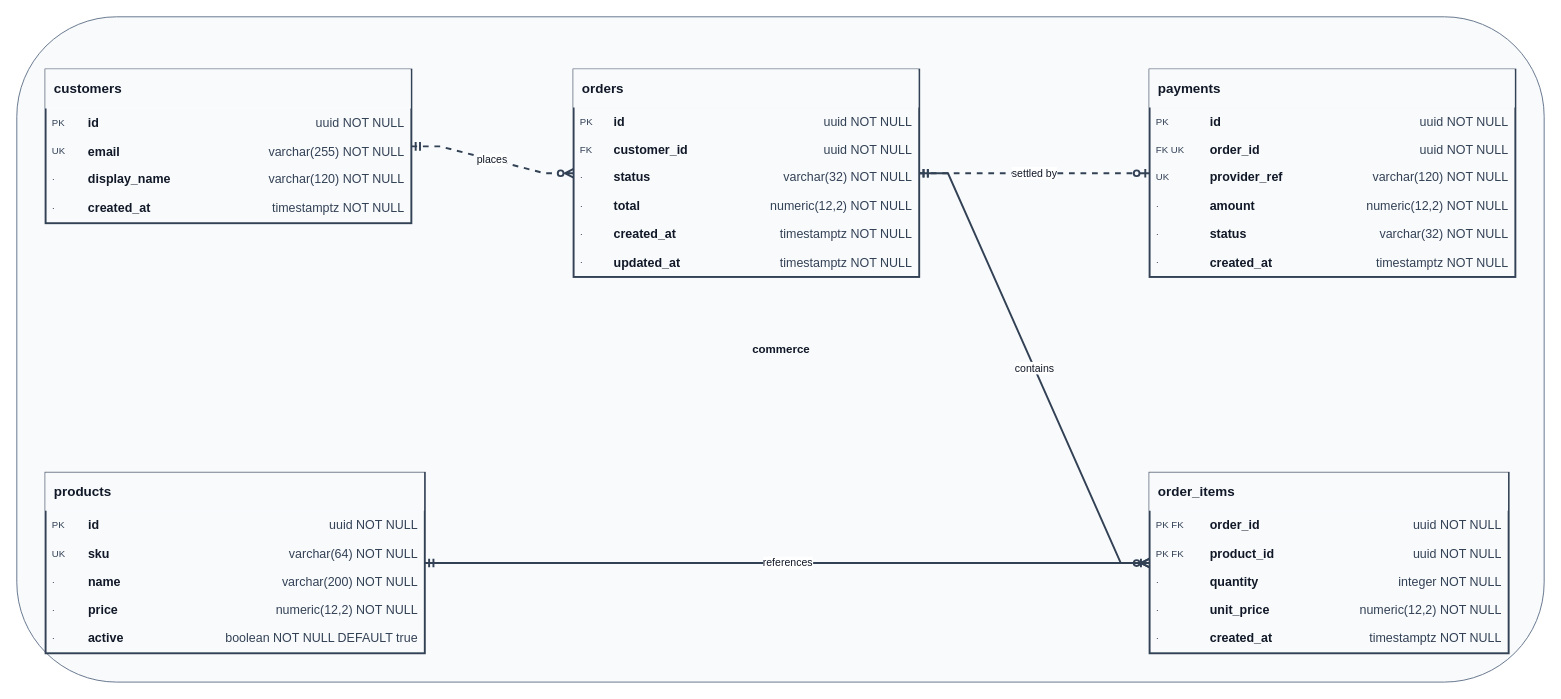
The draw.io diagram docs/erd/commerce-erd.drawio in uulab-official/drawio-skills, before the edit. Source tidied: cells renumbered, new cells numbered last; positions are measured from the earlier drawing's top-left corner, leaving out a move shared by most shapes. Both pictures are drawn from the tidied source at 96%, with x=0, y=0 at pixel (16, 16).
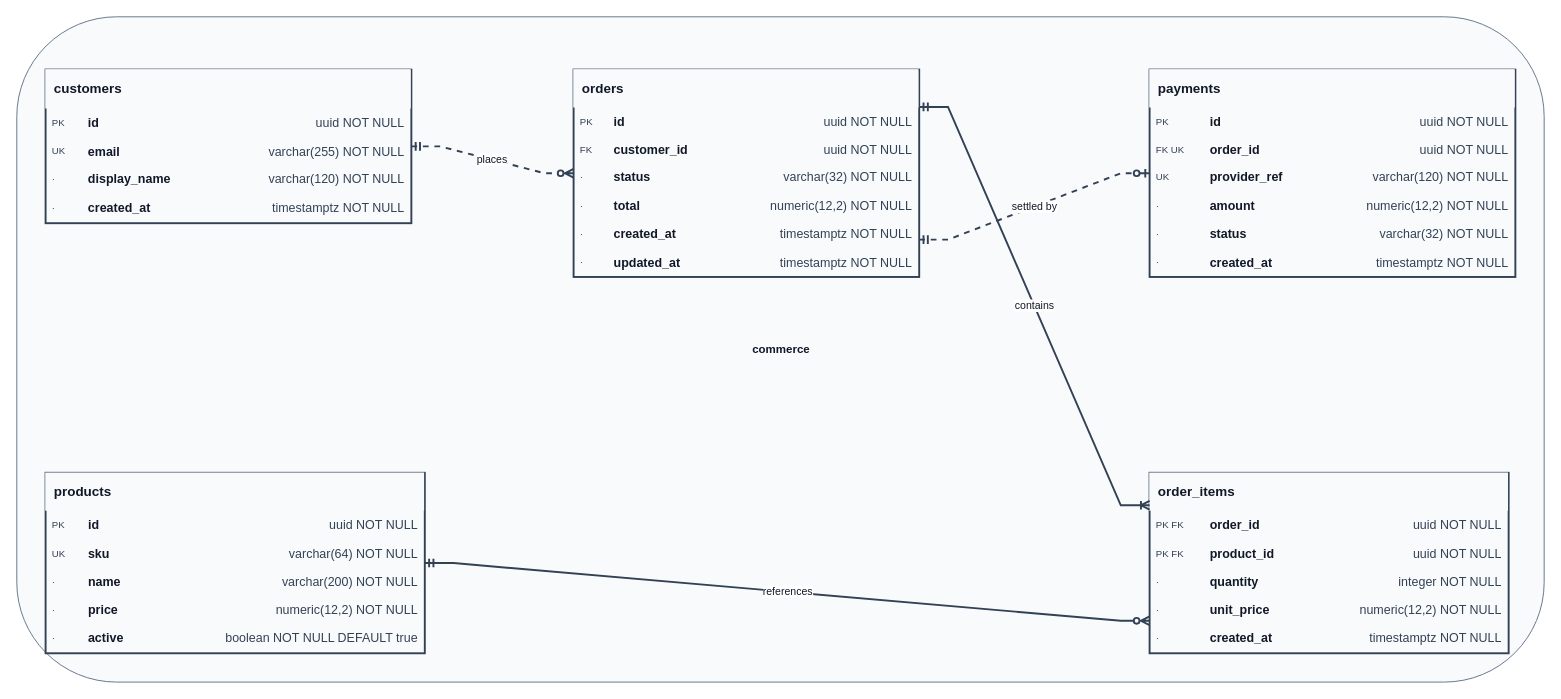
Above is the later version.

Diff of the diagram source:
```diff
@@
 <mxGraphModel background="#ffffff">
   <root>
     <mxCell id="0" />
     <mxCell id="1" parent="0" />
     <mxCell id="2" value="commerce" style="swimlane=1;horizontal=1;startSize=30;rounded=1;fillColor=#f8fafc;swimlaneFillColor=#f8fafc;strokeColor=#64748b;fontColor=#111827;fontStyle=1;html=1;" parent="1" vertex="1">
       <mxGeometry width="1591" height="693" as="geometry" />
     </mxCell>
     <mxCell id="3" value="&lt;table style=&quot;width:100%;height:100%;border-collapse:collapse;&quot;&gt;&lt;tr&gt;&lt;td colspan=&quot;3&quot; style=&quot;padding:9px;background:#f8fafc;font-weight:bold;font-size:14px;&quot;&gt;customers&lt;/td&gt;&lt;/tr&gt;&lt;tr&gt;&lt;td style=&quot;padding:5px 7px;color:#334155;font-size:10px;&quot;&gt;PK&lt;/td&gt;&lt;td style=&quot;padding:5px 7px;&quot;&gt;&lt;b&gt;id&lt;/b&gt;&lt;/td&gt;&lt;td style=&quot;padding:5px 7px;text-align:right;color:#334155;&quot;&gt;uuid NOT NULL&lt;/td&gt;&lt;/tr&gt;&lt;tr&gt;&lt;td style=&quot;padding:5px 7px;color:#334155;font-size:10px;&quot;&gt;UK&lt;/td&gt;&lt;td style=&quot;padding:5px 7px;&quot;&gt;&lt;b&gt;email&lt;/b&gt;&lt;/td&gt;&lt;td style=&quot;padding:5px 7px;text-align:right;color:#334155;&quot;&gt;varchar(255) NOT NULL&lt;/td&gt;&lt;/tr&gt;&lt;tr&gt;&lt;td style=&quot;padding:5px 7px;color:#334155;font-size:10px;&quot;&gt;·&lt;/td&gt;&lt;td style=&quot;padding:5px 7px;&quot;&gt;&lt;b&gt;display_name&lt;/b&gt;&lt;/td&gt;&lt;td style=&quot;padding:5px 7px;text-align:right;color:#334155;&quot;&gt;varchar(120) NOT NULL&lt;/td&gt;&lt;/tr&gt;&lt;tr&gt;&lt;td style=&quot;padding:5px 7px;color:#334155;font-size:10px;&quot;&gt;·&lt;/td&gt;&lt;td style=&quot;padding:5px 7px;&quot;&gt;&lt;b&gt;created_at&lt;/b&gt;&lt;/td&gt;&lt;td style=&quot;padding:5px 7px;text-align:right;color:#334155;&quot;&gt;timestamptz NOT NULL&lt;/td&gt;&lt;/tr&gt;&lt;/table&gt;" style="whiteSpace=wrap;html=1;rounded=0;arcSize=12;fillColor=#f8fafc;strokeColor=#334155;strokeWidth=2;fontColor=#111827;fontSize=13;align=left;verticalAlign=top;spacing=0;shape=rectangle;overflow=fill;" parent="1" vertex="1">
       <mxGeometry x="30" y="55" width="381" height="160" as="geometry" />
     </mxCell>
     <mxCell id="4" value="&lt;table style=&quot;width:100%;height:100%;border-collapse:collapse;&quot;&gt;&lt;tr&gt;&lt;td colspan=&quot;3&quot; style=&quot;padding:9px;background:#f8fafc;font-weight:bold;font-size:14px;&quot;&gt;products&lt;/td&gt;&lt;/tr&gt;&lt;tr&gt;&lt;td style=&quot;padding:5px 7px;color:#334155;font-size:10px;&quot;&gt;PK&lt;/td&gt;&lt;td style=&quot;padding:5px 7px;&quot;&gt;&lt;b&gt;id&lt;/b&gt;&lt;/td&gt;&lt;td style=&quot;padding:5px 7px;text-align:right;color:#334155;&quot;&gt;uuid NOT NULL&lt;/td&gt;&lt;/tr&gt;&lt;tr&gt;&lt;td style=&quot;padding:5px 7px;color:#334155;font-size:10px;&quot;&gt;UK&lt;/td&gt;&lt;td style=&quot;padding:5px 7px;&quot;&gt;&lt;b&gt;sku&lt;/b&gt;&lt;/td&gt;&lt;td style=&quot;padding:5px 7px;text-align:right;color:#334155;&quot;&gt;varchar(64) NOT NULL&lt;/td&gt;&lt;/tr&gt;&lt;tr&gt;&lt;td style=&quot;padding:5px 7px;color:#334155;font-size:10px;&quot;&gt;·&lt;/td&gt;&lt;td style=&quot;padding:5px 7px;&quot;&gt;&lt;b&gt;name&lt;/b&gt;&lt;/td&gt;&lt;td style=&quot;padding:5px 7px;text-align:right;color:#334155;&quot;&gt;varchar(200) NOT NULL&lt;/td&gt;&lt;/tr&gt;&lt;tr&gt;&lt;td style=&quot;padding:5px 7px;color:#334155;font-size:10px;&quot;&gt;·&lt;/td&gt;&lt;td style=&quot;padding:5px 7px;&quot;&gt;&lt;b&gt;price&lt;/b&gt;&lt;/td&gt;&lt;td style=&quot;padding:5px 7px;text-align:right;color:#334155;&quot;&gt;numeric(12,2) NOT NULL&lt;/td&gt;&lt;/tr&gt;&lt;tr&gt;&lt;td style=&quot;padding:5px 7px;color:#334155;font-size:10px;&quot;&gt;·&lt;/td&gt;&lt;td style=&quot;padding:5px 7px;&quot;&gt;&lt;b&gt;active&lt;/b&gt;&lt;/td&gt;&lt;td style=&quot;padding:5px 7px;text-align:right;color:#334155;&quot;&gt;boolean NOT NULL DEFAULT true&lt;/td&gt;&lt;/tr&gt;&lt;/table&gt;" style="whiteSpace=wrap;html=1;rounded=0;arcSize=12;fillColor=#f8fafc;strokeColor=#334155;strokeWidth=2;fontColor=#111827;fontSize=13;align=left;verticalAlign=top;spacing=0;shape=rectangle;overflow=fill;" parent="1" vertex="1">
       <mxGeometry x="30" y="475" width="395" height="188" as="geometry" />
     </mxCell>
     <mxCell id="5" value="&lt;table style=&quot;width:100%;height:100%;border-collapse:collapse;&quot;&gt;&lt;tr&gt;&lt;td colspan=&quot;3&quot; style=&quot;padding:9px;background:#f8fafc;font-weight:bold;font-size:14px;&quot;&gt;orders&lt;/td&gt;&lt;/tr&gt;&lt;tr&gt;&lt;td style=&quot;padding:5px 7px;color:#334155;font-size:10px;&quot;&gt;PK&lt;/td&gt;&lt;td style=&quot;padding:5px 7px;&quot;&gt;&lt;b&gt;id&lt;/b&gt;&lt;/td&gt;&lt;td style=&quot;padding:5px 7px;text-align:right;color:#334155;&quot;&gt;uuid NOT NULL&lt;/td&gt;&lt;/tr&gt;&lt;tr&gt;&lt;td style=&quot;padding:5px 7px;color:#334155;font-size:10px;&quot;&gt;FK&lt;/td&gt;&lt;td style=&quot;padding:5px 7px;&quot;&gt;&lt;b&gt;customer_id&lt;/b&gt;&lt;/td&gt;&lt;td style=&quot;padding:5px 7px;text-align:right;color:#334155;&quot;&gt;uuid NOT NULL&lt;/td&gt;&lt;/tr&gt;&lt;tr&gt;&lt;td style=&quot;padding:5px 7px;color:#334155;font-size:10px;&quot;&gt;·&lt;/td&gt;&lt;td style=&quot;padding:5px 7px;&quot;&gt;&lt;b&gt;status&lt;/b&gt;&lt;/td&gt;&lt;td style=&quot;padding:5px 7px;text-align:right;color:#334155;&quot;&gt;varchar(32) NOT NULL&lt;/td&gt;&lt;/tr&gt;&lt;tr&gt;&lt;td style=&quot;padding:5px 7px;color:#334155;font-size:10px;&quot;&gt;·&lt;/td&gt;&lt;td style=&quot;padding:5px 7px;&quot;&gt;&lt;b&gt;total&lt;/b&gt;&lt;/td&gt;&lt;td style=&quot;padding:5px 7px;text-align:right;color:#334155;&quot;&gt;numeric(12,2) NOT NULL&lt;/td&gt;&lt;/tr&gt;&lt;tr&gt;&lt;td style=&quot;padding:5px 7px;color:#334155;font-size:10px;&quot;&gt;·&lt;/td&gt;&lt;td style=&quot;padding:5px 7px;&quot;&gt;&lt;b&gt;created_at&lt;/b&gt;&lt;/td&gt;&lt;td style=&quot;padding:5px 7px;text-align:right;color:#334155;&quot;&gt;timestamptz NOT NULL&lt;/td&gt;&lt;/tr&gt;&lt;tr&gt;&lt;td style=&quot;padding:5px 7px;color:#334155;font-size:10px;&quot;&gt;·&lt;/td&gt;&lt;td style=&quot;padding:5px 7px;&quot;&gt;&lt;b&gt;updated_at&lt;/b&gt;&lt;/td&gt;&lt;td style=&quot;padding:5px 7px;text-align:right;color:#334155;&quot;&gt;timestamptz NOT NULL&lt;/td&gt;&lt;/tr&gt;&lt;/table&gt;" style="whiteSpace=wrap;html=1;rounded=0;arcSize=12;fillColor=#f8fafc;strokeColor=#334155;strokeWidth=2;fontColor=#111827;fontSize=13;align=left;verticalAlign=top;spacing=0;shape=rectangle;overflow=fill;" parent="1" vertex="1">
       <mxGeometry x="580" y="55" width="360" height="216" as="geometry" />
     </mxCell>
     <mxCell id="6" value="&lt;table style=&quot;width:100%;height:100%;border-collapse:collapse;&quot;&gt;&lt;tr&gt;&lt;td colspan=&quot;3&quot; style=&quot;padding:9px;background:#f8fafc;font-weight:bold;font-size:14px;&quot;&gt;order_items&lt;/td&gt;&lt;/tr&gt;&lt;tr&gt;&lt;td style=&quot;padding:5px 7px;color:#334155;font-size:10px;&quot;&gt;PK FK&lt;/td&gt;&lt;td style=&quot;padding:5px 7px;&quot;&gt;&lt;b&gt;order_id&lt;/b&gt;&lt;/td&gt;&lt;td style=&quot;padding:5px 7px;text-align:right;color:#334155;&quot;&gt;uuid NOT NULL&lt;/td&gt;&lt;/tr&gt;&lt;tr&gt;&lt;td style=&quot;padding:5px 7px;color:#334155;font-size:10px;&quot;&gt;PK FK&lt;/td&gt;&lt;td style=&quot;padding:5px 7px;&quot;&gt;&lt;b&gt;product_id&lt;/b&gt;&lt;/td&gt;&lt;td style=&quot;padding:5px 7px;text-align:right;color:#334155;&quot;&gt;uuid NOT NULL&lt;/td&gt;&lt;/tr&gt;&lt;tr&gt;&lt;td style=&quot;padding:5px 7px;color:#334155;font-size:10px;&quot;&gt;·&lt;/td&gt;&lt;td style=&quot;padding:5px 7px;&quot;&gt;&lt;b&gt;quantity&lt;/b&gt;&lt;/td&gt;&lt;td style=&quot;padding:5px 7px;text-align:right;color:#334155;&quot;&gt;integer NOT NULL&lt;/td&gt;&lt;/tr&gt;&lt;tr&gt;&lt;td style=&quot;padding:5px 7px;color:#334155;font-size:10px;&quot;&gt;·&lt;/td&gt;&lt;td style=&quot;padding:5px 7px;&quot;&gt;&lt;b&gt;unit_price&lt;/b&gt;&lt;/td&gt;&lt;td style=&quot;padding:5px 7px;text-align:right;color:#334155;&quot;&gt;numeric(12,2) NOT NULL&lt;/td&gt;&lt;/tr&gt;&lt;tr&gt;&lt;td style=&quot;padding:5px 7px;color:#334155;font-size:10px;&quot;&gt;·&lt;/td&gt;&lt;td style=&quot;padding:5px 7px;&quot;&gt;&lt;b&gt;created_at&lt;/b&gt;&lt;/td&gt;&lt;td style=&quot;padding:5px 7px;text-align:right;color:#334155;&quot;&gt;timestamptz NOT NULL&lt;/td&gt;&lt;/tr&gt;&lt;/table&gt;" style="whiteSpace=wrap;html=1;rounded=0;arcSize=12;fillColor=#f8fafc;strokeColor=#334155;strokeWidth=2;fontColor=#111827;fontSize=13;align=left;verticalAlign=top;spacing=0;shape=rectangle;overflow=fill;" parent="1" vertex="1">
       <mxGeometry x="1180" y="475" width="374" height="188" as="geometry" />
     </mxCell>
     <mxCell id="7" value="&lt;table style=&quot;width:100%;height:100%;border-collapse:collapse;&quot;&gt;&lt;tr&gt;&lt;td colspan=&quot;3&quot; style=&quot;padding:9px;background:#f8fafc;font-weight:bold;font-size:14px;&quot;&gt;payments&lt;/td&gt;&lt;/tr&gt;&lt;tr&gt;&lt;td style=&quot;padding:5px 7px;color:#334155;font-size:10px;&quot;&gt;PK&lt;/td&gt;&lt;td style=&quot;padding:5px 7px;&quot;&gt;&lt;b&gt;id&lt;/b&gt;&lt;/td&gt;&lt;td style=&quot;padding:5px 7px;text-align:right;color:#334155;&quot;&gt;uuid NOT NULL&lt;/td&gt;&lt;/tr&gt;&lt;tr&gt;&lt;td style=&quot;padding:5px 7px;color:#334155;font-size:10px;&quot;&gt;FK UK&lt;/td&gt;&lt;td style=&quot;padding:5px 7px;&quot;&gt;&lt;b&gt;order_id&lt;/b&gt;&lt;/td&gt;&lt;td style=&quot;padding:5px 7px;text-align:right;color:#334155;&quot;&gt;uuid NOT NULL&lt;/td&gt;&lt;/tr&gt;&lt;tr&gt;&lt;td style=&quot;padding:5px 7px;color:#334155;font-size:10px;&quot;&gt;UK&lt;/td&gt;&lt;td style=&quot;padding:5px 7px;&quot;&gt;&lt;b&gt;provider_ref&lt;/b&gt;&lt;/td&gt;&lt;td style=&quot;padding:5px 7px;text-align:right;color:#334155;&quot;&gt;varchar(120) NOT NULL&lt;/td&gt;&lt;/tr&gt;&lt;tr&gt;&lt;td style=&quot;padding:5px 7px;color:#334155;font-size:10px;&quot;&gt;·&lt;/td&gt;&lt;td style=&quot;padding:5px 7px;&quot;&gt;&lt;b&gt;amount&lt;/b&gt;&lt;/td&gt;&lt;td style=&quot;padding:5px 7px;text-align:right;color:#334155;&quot;&gt;numeric(12,2) NOT NULL&lt;/td&gt;&lt;/tr&gt;&lt;tr&gt;&lt;td style=&quot;padding:5px 7px;color:#334155;font-size:10px;&quot;&gt;·&lt;/td&gt;&lt;td style=&quot;padding:5px 7px;&quot;&gt;&lt;b&gt;status&lt;/b&gt;&lt;/td&gt;&lt;td style=&quot;padding:5px 7px;text-align:right;color:#334155;&quot;&gt;varchar(32) NOT NULL&lt;/td&gt;&lt;/tr&gt;&lt;tr&gt;&lt;td style=&quot;padding:5px 7px;color:#334155;font-size:10px;&quot;&gt;·&lt;/td&gt;&lt;td style=&quot;padding:5px 7px;&quot;&gt;&lt;b&gt;created_at&lt;/b&gt;&lt;/td&gt;&lt;td style=&quot;padding:5px 7px;text-align:right;color:#334155;&quot;&gt;timestamptz NOT NULL&lt;/td&gt;&lt;/tr&gt;&lt;/table&gt;" style="whiteSpace=wrap;html=1;rounded=0;arcSize=12;fillColor=#f8fafc;strokeColor=#334155;strokeWidth=2;fontColor=#111827;fontSize=13;align=left;verticalAlign=top;spacing=0;shape=rectangle;overflow=fill;" parent="1" vertex="1">
       <mxGeometry x="1180" y="55" width="381" height="216" as="geometry" />
     </mxCell>
-    <mxCell id="8" value="places" style="edgeStyle=entityRelationEdgeStyle;rounded=0;jettySize=auto;html=1;strokeColor=#334155;strokeWidth=2;endArrow=ERzeroToMany;endFill=0;fontColor=#111827;fontSize=11;labelBackgroundColor=#ffffff;exitX=1;exitY=0.5;entryX=0;entryY=0.5;startArrow=ERmandOne;startFill=0;dashed=1;" parent="1" edge="1" source="3" target="5">
-      <mxGeometry relative="1" as="geometry" />
+    <mxCell id="8" value="places" style="edgeStyle=entityRelationEdgeStyle;rounded=0;jettySize=auto;html=1;strokeColor=#334155;strokeWidth=2;endArrow=ERzeroToMany;endFill=0;fontColor=#111827;fontSize=11;labelBackgroundColor=#ffffff;exitX=1;exitY=0.5;entryX=0;entryY=0.5;exitDx=0;exitDy=0;entryDx=0;entryDy=0;exitPerimeter=0;entryPerimeter=0;startArrow=ERmandOne;startFill=0;dashed=1;" parent="1" edge="1" source="3" target="5">
+      <mxGeometry relative="1" as="geometry">
+        <Array as="points">
+          <mxPoint x="495.5" y="135" />
+          <mxPoint x="495.5" y="163" />
+        </Array>
+      </mxGeometry>
     </mxCell>
-    <mxCell id="9" value="contains" style="edgeStyle=entityRelationEdgeStyle;rounded=0;jettySize=auto;html=1;strokeColor=#334155;strokeWidth=2;endArrow=ERoneToMany;endFill=0;fontColor=#111827;fontSize=11;labelBackgroundColor=#ffffff;exitX=1;exitY=0.5;entryX=0;entryY=0.5;startArrow=ERmandOne;startFill=0;dashed=0;" parent="1" edge="1" source="5" target="6">
-      <mxGeometry relative="1" as="geometry" />
+    <mxCell id="9" value="contains" style="edgeStyle=entityRelationEdgeStyle;rounded=0;jettySize=auto;html=1;strokeColor=#334155;strokeWidth=2;endArrow=ERoneToMany;endFill=0;fontColor=#111827;fontSize=11;labelBackgroundColor=#ffffff;exitX=1;exitY=0.18;entryX=0;entryY=0.18;exitDx=0;exitDy=0;entryDx=0;entryDy=0;exitPerimeter=0;entryPerimeter=0;startArrow=ERmandOne;startFill=0;dashed=0;" parent="1" edge="1" source="5" target="6">
+      <mxGeometry relative="1" as="geometry">
+        <Array as="points">
+          <mxPoint x="1060" y="93.9" />
+          <mxPoint x="1060" y="508.8" />
+        </Array>
+      </mxGeometry>
     </mxCell>
-    <mxCell id="10" value="references" style="edgeStyle=entityRelationEdgeStyle;rounded=0;jettySize=auto;html=1;strokeColor=#334155;strokeWidth=2;endArrow=ERzeroToMany;endFill=0;fontColor=#111827;fontSize=11;labelBackgroundColor=#ffffff;exitX=1;exitY=0.5;entryX=0;entryY=0.5;startArrow=ERmandOne;startFill=0;dashed=0;" parent="1" edge="1" source="4" target="6">
-      <mxGeometry relative="1" as="geometry" />
+    <mxCell id="10" value="references" style="edgeStyle=entityRelationEdgeStyle;rounded=0;jettySize=auto;html=1;strokeColor=#334155;strokeWidth=2;endArrow=ERzeroToMany;endFill=0;fontColor=#111827;fontSize=11;labelBackgroundColor=#ffffff;exitX=1;exitY=0.5;entryX=0;entryY=0.82;exitDx=0;exitDy=0;entryDx=0;entryDy=0;exitPerimeter=0;entryPerimeter=0;startArrow=ERmandOne;startFill=0;dashed=0;" parent="1" edge="1" source="4" target="6">
+      <mxGeometry relative="1" as="geometry">
+        <Array as="points">
+          <mxPoint x="802.5" y="569" />
+          <mxPoint x="802.5" y="629.2" />
+        </Array>
+      </mxGeometry>
     </mxCell>
-    <mxCell id="11" value="settled by" style="edgeStyle=entityRelationEdgeStyle;rounded=0;jettySize=auto;html=1;strokeColor=#334155;strokeWidth=2;endArrow=ERzeroToOne;endFill=0;fontColor=#111827;fontSize=11;labelBackgroundColor=#ffffff;exitX=1;exitY=0.5;entryX=0;entryY=0.5;startArrow=ERmandOne;startFill=0;dashed=1;" parent="1" edge="1" source="5" target="7">
-      <mxGeometry relative="1" as="geometry" />
+    <mxCell id="11" value="settled by" style="edgeStyle=entityRelationEdgeStyle;rounded=0;jettySize=auto;html=1;strokeColor=#334155;strokeWidth=2;endArrow=ERzeroToOne;endFill=0;fontColor=#111827;fontSize=11;labelBackgroundColor=#ffffff;exitX=1;exitY=0.82;entryX=0;entryY=0.5;exitDx=0;exitDy=0;entryDx=0;entryDy=0;exitPerimeter=0;entryPerimeter=0;startArrow=ERmandOne;startFill=0;dashed=1;" parent="1" edge="1" source="5" target="7">
+      <mxGeometry relative="1" as="geometry">
+        <Array as="points">
+          <mxPoint x="1060" y="232.1" />
+          <mxPoint x="1060" y="163" />
+        </Array>
+      </mxGeometry>
     </mxCell>
   </root>
 </mxGraphModel>
```
